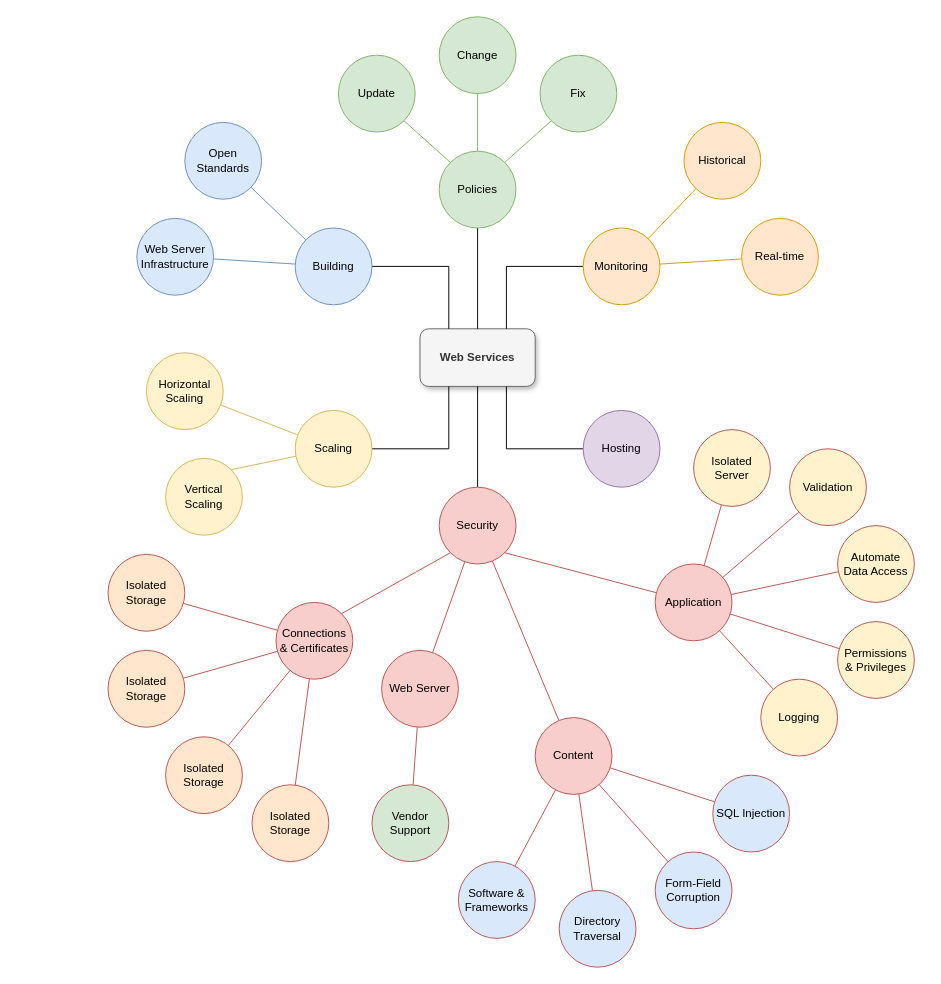
This is uagc/cyb300/Support of a Service - System Security Application.drawio from chongjk88/education, a draw.io file, before an edit. Source tidied: cells renumbered, new cells numbered last; positions are measured from the earlier drawing's top-left corner, leaving out a move shared by most shapes. Both pictures are drawn from the tidied source at 96%, with x=0, y=0 at pixel (108, 16).
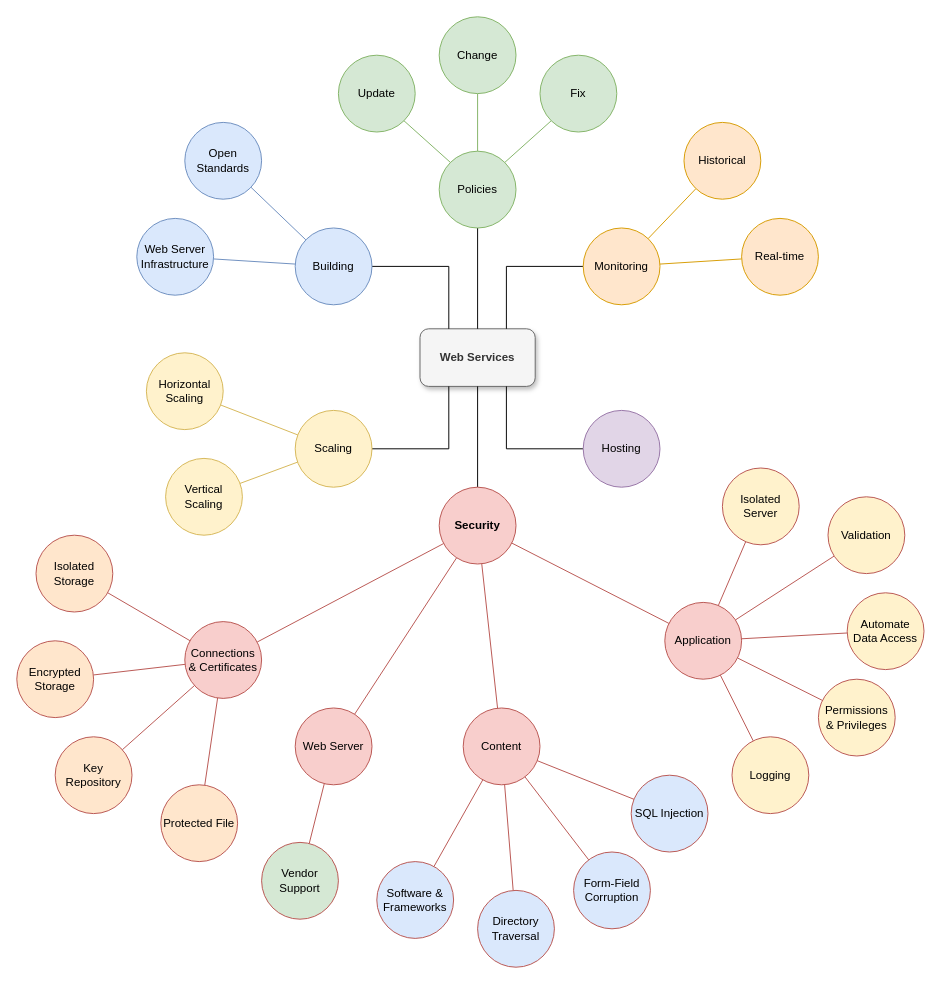
Above is the later version.

Unchanged cells that the change refers to:
```xml
<mxCell id="10" value="Scaling" style="ellipse;whiteSpace=wrap;html=1;fillColor=#fff2cc;strokeColor=#d6b656;" parent="1" vertex="1">
  <mxGeometry x="195" y="410" width="80" height="80" as="geometry" />
</mxCell>
<mxCell id="40" value="Vertical Scaling" style="ellipse;whiteSpace=wrap;html=1;fillColor=#fff2cc;strokeColor=#d6b656;" parent="1" vertex="1">
  <mxGeometry x="60" y="460" width="80" height="80" as="geometry" />
</mxCell>
```

Change to the diagram source:
```diff
@@
-    <mxCell id="14" value="Security" style="ellipse;whiteSpace=wrap;html=1;fillColor=#f8cecc;strokeColor=#B85450;" parent="1" vertex="1">
+    <mxCell id="14" value="Security" style="ellipse;whiteSpace=wrap;html=1;fillColor=#f8cecc;strokeColor=#b85450;fontStyle=1;" parent="1" vertex="1">
       <mxGeometry x="345" y="490" width="80" height="80" as="geometry" />
     </mxCell>
@@
-    <mxCell id="25" style="edgeStyle=none;rounded=0;jettySize=auto;html=1;exitX=1;exitY=0;exitDx=0;exitDy=0;entryX=0;entryY=1;entryDx=0;entryDy=0;endArrow=none;endFill=0;fillColor=#f8cecc;strokeColor=#B85450;" parent="1" edge="1" source="26" target="14">
+    <mxCell id="25" style="edgeStyle=none;rounded=0;jettySize=auto;html=1;endArrow=none;endFill=0;strokeColor=#B85450;" parent="1" edge="1" source="26" target="14">
       <mxGeometry relative="1" as="geometry" />
     </mxCell>
     <mxCell id="26" value="Connections &amp;amp; Certificates" style="ellipse;whiteSpace=wrap;html=1;fillColor=#f8cecc;strokeColor=#B85450;" parent="1" vertex="1">
-      <mxGeometry x="175" y="610" width="80" height="80" as="geometry" />
+      <mxGeometry x="80" y="630" width="80" height="80" as="geometry" />
     </mxCell>
@@
     <mxCell id="28" value="Web Server" style="ellipse;whiteSpace=wrap;html=1;fillColor=#f8cecc;strokeColor=#B85450;" parent="1" vertex="1">
-      <mxGeometry x="285" y="660" width="80" height="80" as="geometry" />
+      <mxGeometry x="195" y="720" width="80" height="80" as="geometry" />
     </mxCell>
-    <mxCell id="29" style="edgeStyle=none;rounded=0;jettySize=auto;html=1;endArrow=none;endFill=0;fillColor=#f8cecc;strokeColor=#B85450;" parent="1" edge="1" source="30" target="14">
+    <mxCell id="29" style="edgeStyle=none;rounded=0;jettySize=auto;html=1;endArrow=none;endFill=0;strokeColor=#B85450;" parent="1" edge="1" source="30" target="14">
       <mxGeometry relative="1" as="geometry" />
     </mxCell>
     <mxCell id="30" value="Content" style="ellipse;whiteSpace=wrap;html=1;fillColor=#f8cecc;strokeColor=#B85450;" parent="1" vertex="1">
-      <mxGeometry x="445" y="730" width="80" height="80" as="geometry" />
+      <mxGeometry x="370" y="720" width="80" height="80" as="geometry" />
     </mxCell>
-    <mxCell id="31" style="edgeStyle=none;rounded=0;jettySize=auto;html=1;entryX=1;entryY=1;entryDx=0;entryDy=0;endArrow=none;endFill=0;fillColor=#f8cecc;strokeColor=#B85450;" parent="1" edge="1" source="32" target="14">
+    <mxCell id="31" style="edgeStyle=none;rounded=0;jettySize=auto;html=1;endArrow=none;endFill=0;strokeColor=#B85450;" parent="1" edge="1" source="32" target="14">
       <mxGeometry relative="1" as="geometry" />
     </mxCell>
     <mxCell id="32" value="Application" style="ellipse;whiteSpace=wrap;html=1;fillColor=#f8cecc;strokeColor=#B85450;" parent="1" vertex="1">
-      <mxGeometry x="570" y="570" width="80" height="80" as="geometry" />
+      <mxGeometry x="580" y="610" width="80" height="80" as="geometry" />
     </mxCell>
@@
-    <mxCell id="39" style="edgeStyle=none;rounded=0;jettySize=auto;html=1;exitX=1;exitY=0;exitDx=0;exitDy=0;endArrow=none;endFill=0;fillColor=#fff2cc;strokeColor=#d6b656;" parent="1" edge="1" source="40" target="10">
+    <mxCell id="39" style="edgeStyle=none;rounded=0;jettySize=auto;html=1;endArrow=none;endFill=0;strokeColor=#d6b656;fillColor=#fff2cc;" parent="1" edge="1" source="40" target="10">
       <mxGeometry relative="1" as="geometry" />
     </mxCell>
@@
-    <mxCell id="42" value="Isolated Storage" style="ellipse;whiteSpace=wrap;html=1;fillColor=#ffe6cc;strokeColor=#B85450;" parent="1" vertex="1">
-      <mxGeometry y="660" width="80" height="80" as="geometry" />
+    <mxCell id="42" value="Encrypted Storage" style="ellipse;whiteSpace=wrap;html=1;fillColor=#ffe6cc;strokeColor=#B85450;" parent="1" vertex="1">
+      <mxGeometry x="-95" y="650" width="80" height="80" as="geometry" />
     </mxCell>
@@
-    <mxCell id="44" value="Isolated Storage" style="ellipse;whiteSpace=wrap;html=1;fillColor=#ffe6cc;strokeColor=#B85450;" parent="1" vertex="1">
-      <mxGeometry x="60" y="750" width="80" height="80" as="geometry" />
+    <mxCell id="44" value="Key Repository" style="ellipse;whiteSpace=wrap;html=1;fillColor=#ffe6cc;strokeColor=#B85450;" parent="1" vertex="1">
+      <mxGeometry x="-55" y="750" width="80" height="80" as="geometry" />
     </mxCell>
@@
     <mxCell id="46" value="Isolated Storage" style="ellipse;whiteSpace=wrap;html=1;fillColor=#ffe6cc;strokeColor=#B85450;" parent="1" vertex="1">
-      <mxGeometry y="560" width="80" height="80" as="geometry" />
+      <mxGeometry x="-75" y="540" width="80" height="80" as="geometry" />
     </mxCell>
@@
-    <mxCell id="48" value="Isolated Storage" style="ellipse;whiteSpace=wrap;html=1;fillColor=#ffe6cc;strokeColor=#B85450;" parent="1" vertex="1">
-      <mxGeometry x="150" y="800" width="80" height="80" as="geometry" />
+    <mxCell id="48" value="Protected File" style="ellipse;whiteSpace=wrap;html=1;fillColor=#ffe6cc;strokeColor=#B85450;" parent="1" vertex="1">
+      <mxGeometry x="55" y="800" width="80" height="80" as="geometry" />
     </mxCell>
@@
     <mxCell id="50" value="Vendor Support" style="ellipse;whiteSpace=wrap;html=1;fillColor=#d5e8d4;strokeColor=#B85450;" parent="1" vertex="1">
-      <mxGeometry x="275" y="800" width="80" height="80" as="geometry" />
+      <mxGeometry x="160" y="860" width="80" height="80" as="geometry" />
     </mxCell>
@@
     <mxCell id="52" value="Software &amp;amp; Frameworks" style="ellipse;whiteSpace=wrap;html=1;fillColor=#dae8fc;strokeColor=#B85450;" parent="1" vertex="1">
-      <mxGeometry x="365" y="880" width="80" height="80" as="geometry" />
+      <mxGeometry x="280" y="880" width="80" height="80" as="geometry" />
     </mxCell>
@@
     <mxCell id="54" value="Directory Traversal" style="ellipse;whiteSpace=wrap;html=1;fillColor=#dae8fc;strokeColor=#B85450;" parent="1" vertex="1">
-      <mxGeometry x="470" y="910" width="80" height="80" as="geometry" />
+      <mxGeometry x="385" y="910" width="80" height="80" as="geometry" />
     </mxCell>
@@
     <mxCell id="56" value="Form-Field Corruption" style="ellipse;whiteSpace=wrap;html=1;fillColor=#dae8fc;strokeColor=#B85450;" parent="1" vertex="1">
-      <mxGeometry x="570" y="870" width="80" height="80" as="geometry" />
+      <mxGeometry x="485" y="870" width="80" height="80" as="geometry" />
     </mxCell>
@@
     <mxCell id="58" value="SQL Injection" style="ellipse;whiteSpace=wrap;html=1;fillColor=#dae8fc;strokeColor=#B85450;" parent="1" vertex="1">
-      <mxGeometry x="630" y="790" width="80" height="80" as="geometry" />
+      <mxGeometry x="545" y="790" width="80" height="80" as="geometry" />
     </mxCell>
@@
     <mxCell id="60" value="Permissions &lt;br&gt;&amp;amp; Privileges" style="ellipse;whiteSpace=wrap;html=1;fillColor=#fff2cc;strokeColor=#B85450;" parent="1" vertex="1">
-      <mxGeometry x="760" y="630" width="80" height="80" as="geometry" />
+      <mxGeometry x="740" y="690" width="80" height="80" as="geometry" />
     </mxCell>
@@
     <mxCell id="62" value="Automate Data Access" style="ellipse;whiteSpace=wrap;html=1;fillColor=#fff2cc;strokeColor=#B85450;" parent="1" vertex="1">
-      <mxGeometry x="760" y="530" width="80" height="80" as="geometry" />
+      <mxGeometry x="770" y="600" width="80" height="80" as="geometry" />
     </mxCell>
@@
     <mxCell id="64" value="Validation" style="ellipse;whiteSpace=wrap;html=1;fillColor=#fff2cc;strokeColor=#B85450;" parent="1" vertex="1">
-      <mxGeometry x="710" y="450" width="80" height="80" as="geometry" />
+      <mxGeometry x="750" y="500" width="80" height="80" as="geometry" />
     </mxCell>
@@
     <mxCell id="66" value="Isolated Server" style="ellipse;whiteSpace=wrap;html=1;fillColor=#fff2cc;strokeColor=#B85450;" parent="1" vertex="1">
-      <mxGeometry x="610" y="430" width="80" height="80" as="geometry" />
+      <mxGeometry x="640" y="470" width="80" height="80" as="geometry" />
     </mxCell>
@@
     <mxCell id="68" value="Logging" style="ellipse;whiteSpace=wrap;html=1;fillColor=#fff2cc;strokeColor=#B85450;" parent="1" vertex="1">
-      <mxGeometry x="680" y="690" width="80" height="80" as="geometry" />
+      <mxGeometry x="650" y="750" width="80" height="80" as="geometry" />
     </mxCell>
```
